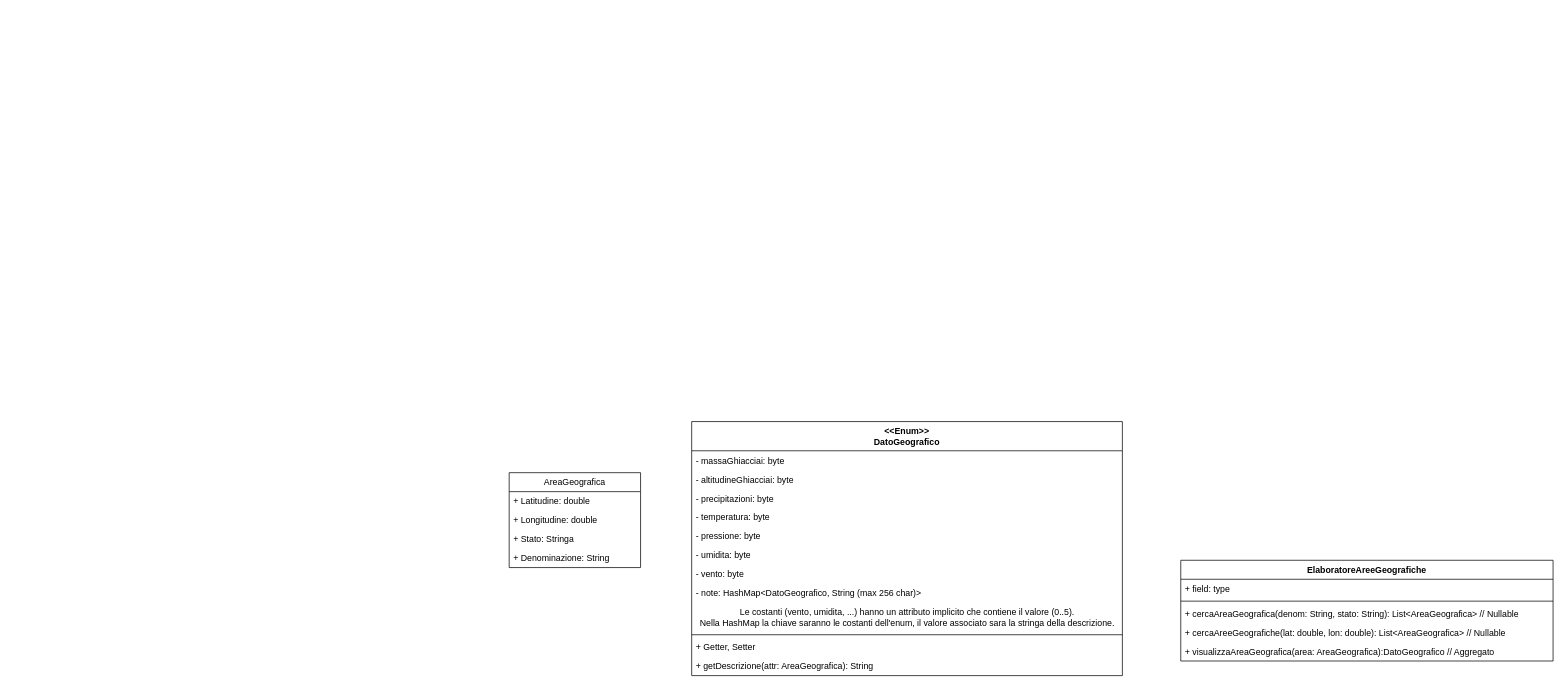
Qu4draetto-A3B/UniLab keeps this draw.io diagram as doc/Untitled Diagram.drawio. Above is the earlier version. Source tidied: cells renumbered, new cells numbered last; positions are measured from the earlier drawing's top-left corner, leaving out a move shared by most shapes. Both pictures are drawn from the tidied source at 73%, with x=0, y=0 at pixel (509, 421).
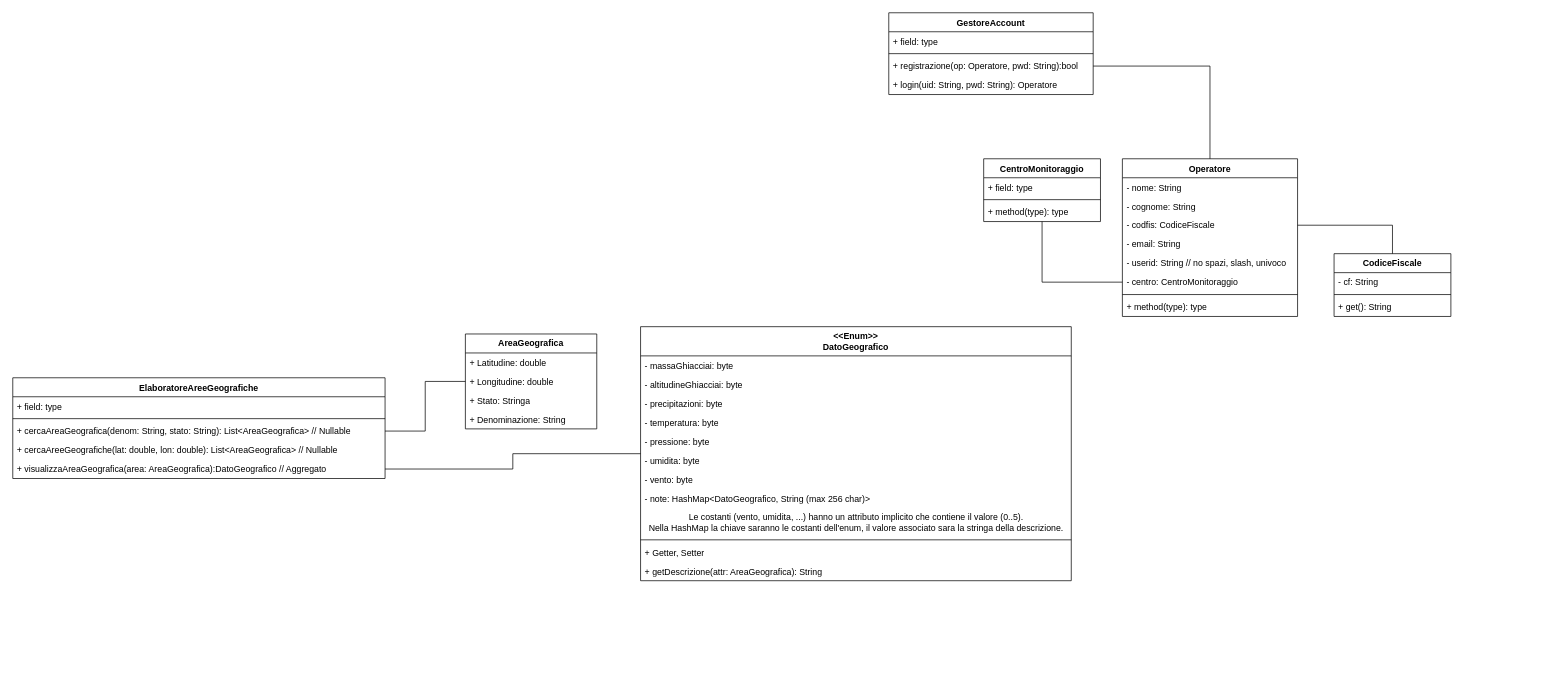
After the change.

The change refers to these unchanged cells:
```xml
<mxCell id="10" value="+ cercaAreaGeografica(denom: String, stato: String): List&amp;lt;AreaGeografica&amp;gt; // Nullable" style="text;strokeColor=none;fillColor=none;align=left;verticalAlign=top;spacingLeft=4;spacingRight=4;overflow=hidden;points=[[0,0.5],[1,0.5]];portConstraint=eastwest;whiteSpace=wrap;html=1;" parent="7" vertex="1">
  <mxGeometry y="60" width="510" height="26" as="geometry" />
</mxCell>
<mxCell id="12" value="+ visualizzaAreaGeografica(area: AreaGeografica):DatoGeografico // Aggregato" style="text;strokeColor=none;fillColor=none;align=left;verticalAlign=top;spacingLeft=4;spacingRight=4;overflow=hidden;points=[[0,0.5],[1,0.5]];portConstraint=eastwest;whiteSpace=wrap;html=1;" parent="7" vertex="1">
  <mxGeometry y="112" width="510" height="26" as="geometry" />
</mxCell>
```

What changed in the source:
```diff
@@
-    <mxCell id="2" value="AreaGeografica" style="swimlane;fontStyle=0;horizontal=1;startSize=26;fillColor=none;whiteSpace=wrap;html=1;" parent="1" vertex="1">
-      <mxGeometry y="70" width="180" height="130" as="geometry" />
+    <mxCell id="2" value="&lt;b&gt;AreaGeografica&lt;/b&gt;" style="swimlane;fontStyle=0;horizontal=1;startSize=26;fillColor=none;whiteSpace=wrap;html=1;" parent="1" vertex="1">
+      <mxGeometry x="-60" y="-120" width="180" height="130" as="geometry" />
     </mxCell>
@@
     <mxCell id="7" value="ElaboratoreAreeGeografiche" style="swimlane;fontStyle=1;align=center;verticalAlign=top;horizontal=1;startSize=26;whiteSpace=wrap;html=1;" parent="1" vertex="1">
-      <mxGeometry x="920" y="190" width="510" height="138" as="geometry" />
+      <mxGeometry x="-680" y="-60" width="510" height="138" as="geometry" />
     </mxCell>
@@
     <mxCell id="13" value="&amp;lt;&amp;lt;Enum&amp;gt;&amp;gt;&lt;br&gt;&lt;div&gt;DatoGeografico&lt;/div&gt;" style="swimlane;fontStyle=1;align=center;verticalAlign=top;horizontal=1;startSize=40;whiteSpace=wrap;html=1;" parent="1" vertex="1">
-      <mxGeometry x="250" width="590" height="348" as="geometry" />
+      <mxGeometry x="180" y="-130" width="590" height="348" as="geometry" />
     </mxCell>
@@
+    <mxCell id="26" value="Operatore" style="swimlane;fontStyle=1;align=center;verticalAlign=top;horizontal=1;startSize=26;whiteSpace=wrap;html=1;" parent="1" vertex="1">
+      <mxGeometry x="840" y="-360" width="240" height="216" as="geometry" />
+    </mxCell>
+    <mxCell id="27" value="- nome: String" style="text;strokeColor=none;fillColor=none;align=left;verticalAlign=top;spacingLeft=4;spacingRight=4;overflow=hidden;whiteSpace=wrap;html=1;" parent="26" vertex="1">
+      <mxGeometry y="26" width="240" height="26" as="geometry" />
+    </mxCell>
+    <mxCell id="28" value="- cognome: String" style="text;strokeColor=none;fillColor=none;align=left;verticalAlign=top;spacingLeft=4;spacingRight=4;overflow=hidden;whiteSpace=wrap;html=1;" parent="26" vertex="1">
+      <mxGeometry y="52" width="240" height="26" as="geometry" />
+    </mxCell>
+    <mxCell id="29" value="- codfis: CodiceFiscale" style="text;strokeColor=none;fillColor=none;align=left;verticalAlign=top;spacingLeft=4;spacingRight=4;overflow=hidden;points=[[0,0.5],[1,0.5]];portConstraint=eastwest;whiteSpace=wrap;html=1;" parent="26" vertex="1">
+      <mxGeometry y="78" width="240" height="26" as="geometry" />
+    </mxCell>
+    <mxCell id="30" value="&lt;div&gt;- email: String&lt;/div&gt;" style="text;strokeColor=none;fillColor=none;align=left;verticalAlign=top;spacingLeft=4;spacingRight=4;overflow=hidden;whiteSpace=wrap;html=1;" parent="26" vertex="1">
+      <mxGeometry y="104" width="240" height="26" as="geometry" />
+    </mxCell>
+    <mxCell id="31" value="- userid: String // no spazi, slash, univoco" style="text;strokeColor=none;fillColor=none;align=left;verticalAlign=top;spacingLeft=4;spacingRight=4;overflow=hidden;whiteSpace=wrap;html=1;" parent="26" vertex="1">
+      <mxGeometry y="130" width="240" height="26" as="geometry" />
+    </mxCell>
+    <mxCell id="32" value="- centro: CentroMonitoraggio" style="text;strokeColor=none;fillColor=none;align=left;verticalAlign=top;spacingLeft=4;spacingRight=4;overflow=hidden;points=[[0,0.5],[1,0.5]];portConstraint=eastwest;whiteSpace=wrap;html=1;" parent="26" vertex="1">
+      <mxGeometry y="156" width="240" height="26" as="geometry" />
+    </mxCell>
+    <mxCell id="33" style="line;strokeWidth=1;fillColor=none;align=left;verticalAlign=middle;spacingTop=-1;spacingLeft=3;spacingRight=3;labelPosition=right;strokeColor=inherit;" parent="26" vertex="1">
+      <mxGeometry y="182" width="240" height="8" as="geometry" />
+    </mxCell>
+    <mxCell id="34" value="+ method(type): type" style="text;strokeColor=none;fillColor=none;align=left;verticalAlign=top;spacingLeft=4;spacingRight=4;overflow=hidden;whiteSpace=wrap;html=1;" parent="26" vertex="1">
+      <mxGeometry y="190" width="240" height="26" as="geometry" />
+    </mxCell>
+    <mxCell id="35" value="CodiceFiscale" style="swimlane;fontStyle=1;align=center;verticalAlign=top;horizontal=1;startSize=26;whiteSpace=wrap;html=1;" parent="1" vertex="1">
+      <mxGeometry x="1130" y="-230" width="160" height="86" as="geometry" />
+    </mxCell>
+    <mxCell id="36" value="- cf: String" style="text;strokeColor=none;fillColor=none;align=left;verticalAlign=top;spacingLeft=4;spacingRight=4;overflow=hidden;whiteSpace=wrap;html=1;" parent="35" vertex="1">
+      <mxGeometry y="26" width="160" height="26" as="geometry" />
+    </mxCell>
+    <mxCell id="37" style="line;strokeWidth=1;fillColor=none;align=left;verticalAlign=middle;spacingTop=-1;spacingLeft=3;spacingRight=3;labelPosition=right;strokeColor=inherit;" parent="35" vertex="1">
+      <mxGeometry y="52" width="160" height="8" as="geometry" />
+    </mxCell>
+    <mxCell id="38" value="+ get(): String" style="text;strokeColor=none;fillColor=none;align=left;verticalAlign=top;spacingLeft=4;spacingRight=4;overflow=hidden;whiteSpace=wrap;html=1;" parent="35" vertex="1">
+      <mxGeometry y="60" width="160" height="26" as="geometry" />
+    </mxCell>
+    <mxCell id="39" value="GestoreAccount" style="swimlane;fontStyle=1;align=center;verticalAlign=top;horizontal=1;startSize=26;whiteSpace=wrap;html=1;" parent="1" vertex="1">
+      <mxGeometry x="520" y="-560" width="280" height="112" as="geometry" />
+    </mxCell>
+    <mxCell id="40" value="+ field: type" style="text;strokeColor=none;fillColor=none;align=left;verticalAlign=top;spacingLeft=4;spacingRight=4;overflow=hidden;whiteSpace=wrap;html=1;" parent="39" vertex="1">
+      <mxGeometry y="26" width="280" height="26" as="geometry" />
+    </mxCell>
+    <mxCell id="41" style="line;strokeWidth=1;fillColor=none;align=left;verticalAlign=middle;spacingTop=-1;spacingLeft=3;spacingRight=3;labelPosition=right;strokeColor=inherit;" parent="39" vertex="1">
+      <mxGeometry y="52" width="280" height="8" as="geometry" />
+    </mxCell>
+    <mxCell id="42" value="+ registrazione(op: Operatore, pwd: String):bool" style="text;strokeColor=none;fillColor=none;align=left;verticalAlign=top;spacingLeft=4;spacingRight=4;overflow=hidden;points=[[0,0.5],[1,0.5]];portConstraint=eastwest;whiteSpace=wrap;html=1;" parent="39" vertex="1">
+      <mxGeometry y="60" width="280" height="26" as="geometry" />
+    </mxCell>
+    <mxCell id="43" value="+ login(uid: String, pwd: String): Operatore" style="text;strokeColor=none;fillColor=none;align=left;verticalAlign=top;spacingLeft=4;spacingRight=4;overflow=hidden;whiteSpace=wrap;html=1;" parent="39" vertex="1">
+      <mxGeometry y="86" width="280" height="26" as="geometry" />
+    </mxCell>
+    <mxCell id="44" value="CentroMonitoraggio" style="swimlane;fontStyle=1;align=center;verticalAlign=top;horizontal=1;startSize=26;whiteSpace=wrap;html=1;" parent="1" vertex="1">
+      <mxGeometry x="650" y="-360" width="160" height="86" as="geometry" />
+    </mxCell>
+    <mxCell id="45" value="+ field: type" style="text;strokeColor=none;fillColor=none;align=left;verticalAlign=top;spacingLeft=4;spacingRight=4;overflow=hidden;whiteSpace=wrap;html=1;" parent="44" vertex="1">
+      <mxGeometry y="26" width="160" height="26" as="geometry" />
+    </mxCell>
+    <mxCell id="46" style="line;strokeWidth=1;fillColor=none;align=left;verticalAlign=middle;spacingTop=-1;spacingLeft=3;spacingRight=3;labelPosition=right;strokeColor=inherit;" parent="44" vertex="1">
+      <mxGeometry y="52" width="160" height="8" as="geometry" />
+    </mxCell>
+    <mxCell id="47" value="+ method(type): type" style="text;strokeColor=none;fillColor=none;align=left;verticalAlign=top;spacingLeft=4;spacingRight=4;overflow=hidden;whiteSpace=wrap;html=1;" parent="44" vertex="1">
+      <mxGeometry y="60" width="160" height="26" as="geometry" />
+    </mxCell>
+    <mxCell id="48" style="edgeStyle=orthogonalEdgeStyle;rounded=0;jettySize=auto;html=1;endArrow=none;endFill=0;" parent="1" edge="1" source="29" target="35">
+      <mxGeometry relative="1" as="geometry" />
+    </mxCell>
+    <mxCell id="49" style="edgeStyle=orthogonalEdgeStyle;rounded=0;jettySize=auto;html=1;endArrow=none;endFill=0;" parent="1" edge="1" source="12" target="13">
+      <mxGeometry relative="1" as="geometry" />
+    </mxCell>
+    <mxCell id="50" style="edgeStyle=orthogonalEdgeStyle;rounded=0;jettySize=auto;html=1;strokeColor=default;endArrow=none;endFill=0;" parent="1" edge="1" source="32" target="44">
+      <mxGeometry relative="1" as="geometry" />
+    </mxCell>
+    <mxCell id="51" style="edgeStyle=orthogonalEdgeStyle;rounded=0;jettySize=auto;html=1;endArrow=none;endFill=0;" parent="1" edge="1" source="10" target="2">
+      <mxGeometry relative="1" as="geometry" />
+    </mxCell>
+    <mxCell id="52" style="edgeStyle=orthogonalEdgeStyle;rounded=0;jettySize=auto;html=1;endArrow=none;endFill=0;" parent="1" edge="1" source="42" target="26">
+      <mxGeometry relative="1" as="geometry" />
+    </mxCell>
```
